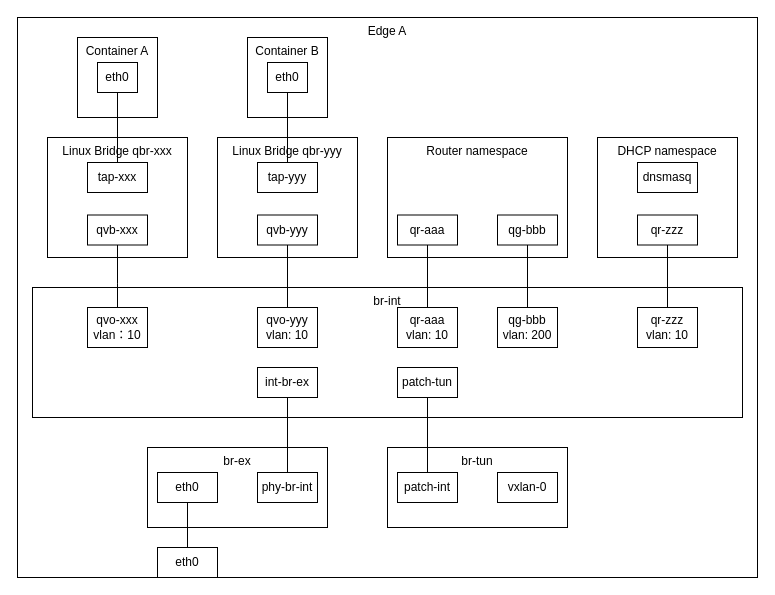
Earlier version of the draw.io diagram page "单节点同一子网" (1 of 4) of test.drawio (wangkuntian/draw). Source tidied: cells renumbered, new cells numbered last; positions are measured from the earlier drawing's top-left corner, leaving out a move shared by most shapes. Both pictures are drawn from the tidied source at 100%, with x=0, y=0 at pixel (17, 17).
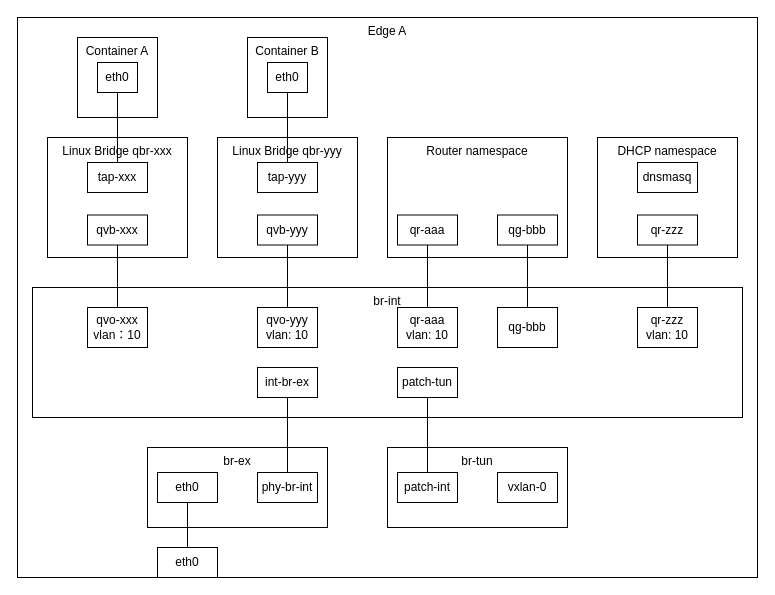
The same page after the edit.

Diff of the diagram source:
```diff
@@
-    <mxCell id="26" value="qg-bbb&lt;div&gt;vlan: 200&lt;/div&gt;" style="rounded=0;whiteSpace=wrap;html=1;" parent="1" vertex="1">
+    <mxCell id="26" value="qg-bbb" style="rounded=0;whiteSpace=wrap;html=1;" parent="1" vertex="1">
       <mxGeometry x="480" y="290" width="60" height="40" as="geometry" />
     </mxCell>
```
